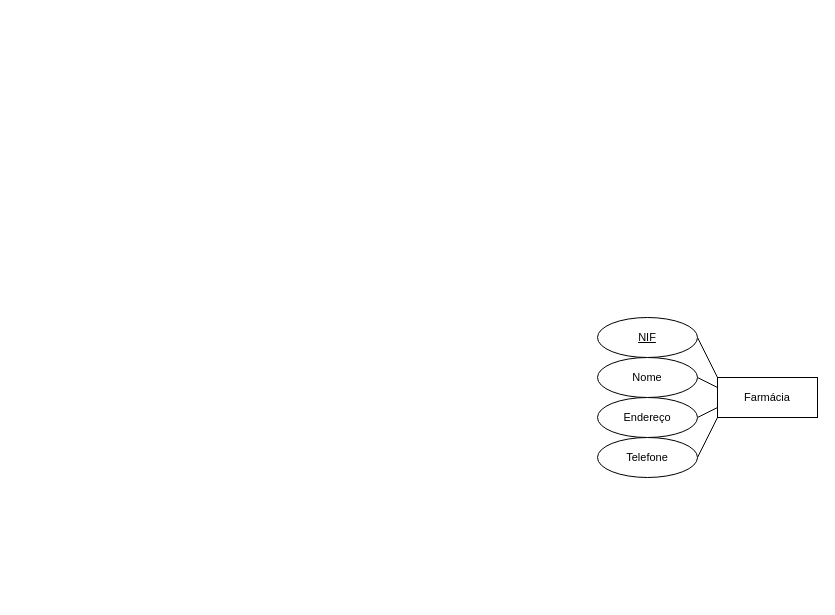
Above: page "2.2" (2 of 3) of P/P02/P2.drawio in RafaelCurado/BD-1 (draw.io), before the change. Source tidied: cells renumbered, new cells numbered last; positions are measured from the earlier drawing's top-left corner, leaving out a move shared by most shapes. Both pictures are drawn from the tidied source at 100%, with x=0, y=0 at pixel (597, 317).
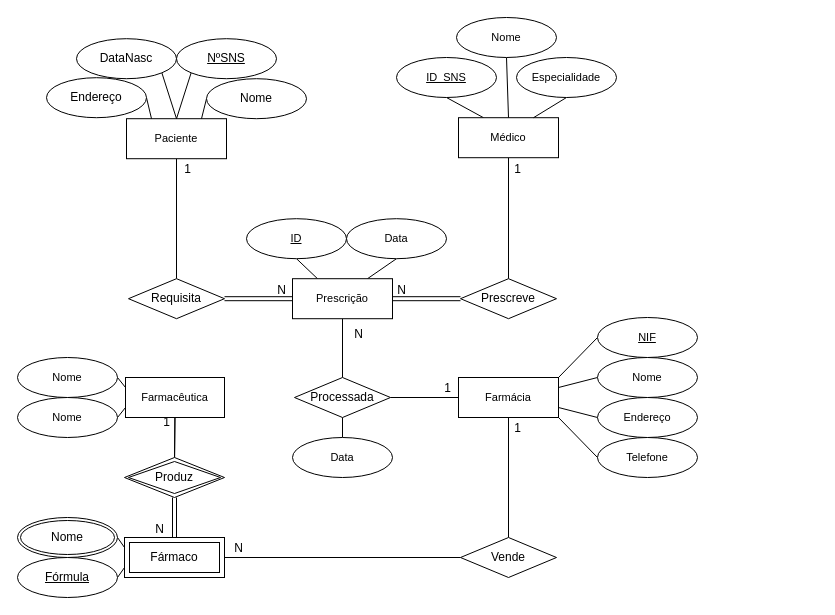
The same diagram, later.

The change refers to these unchanged cells:
```xml
<mxCell id="4" value="&lt;u&gt;NIF&lt;/u&gt;" style="ellipse;whiteSpace=wrap;html=1;align=center;fontSize=11;" parent="1" vertex="1">
  <mxGeometry width="100" height="40" as="geometry" />
</mxCell>
<mxCell id="6" value="Nome" style="ellipse;whiteSpace=wrap;html=1;align=center;fontSize=11;" parent="1" vertex="1">
  <mxGeometry y="40" width="100" height="40" as="geometry" />
</mxCell>
<mxCell id="8" value="Endereço" style="ellipse;whiteSpace=wrap;html=1;align=center;fontSize=11;" parent="1" vertex="1">
  <mxGeometry y="80" width="100" height="40" as="geometry" />
</mxCell>
<mxCell id="10" value="Telefone" style="ellipse;whiteSpace=wrap;html=1;align=center;fontSize=11;" parent="1" vertex="1">
  <mxGeometry y="120" width="100" height="40" as="geometry" />
</mxCell>
```

What changed in the source:
```diff
@@
+    <mxCell id="11" style="edgeStyle=none;rounded=0;jettySize=auto;html=1;exitX=1;exitY=0;exitDx=0;exitDy=0;entryX=0;entryY=0.5;entryDx=0;entryDy=0;fontSize=12;endArrow=none;endFill=0;" parent="1" edge="1" source="2" target="4">
+      <mxGeometry relative="1" as="geometry" />
+    </mxCell>
+    <mxCell id="12" style="edgeStyle=none;rounded=0;jettySize=auto;html=1;exitX=0.5;exitY=1;exitDx=0;exitDy=0;entryX=0.5;entryY=0;entryDx=0;entryDy=0;fontSize=12;endArrow=none;endFill=0;" parent="1" edge="1" source="2" target="70">
+      <mxGeometry relative="1" as="geometry" />
+    </mxCell>
+    <mxCell id="13" value="1" style="edgeLabel;html=1;align=center;verticalAlign=middle;fontSize=12;labelBackgroundColor=none;" parent="12" vertex="1">
+      <mxGeometry x="-0.36" y="1" relative="1" as="geometry">
+        <mxPoint x="7" y="-28" as="offset" />
+      </mxGeometry>
+    </mxCell>
     <mxCell id="2" value="Farmácia" style="whiteSpace=wrap;html=1;align=center;fontSize=11;" parent="1" vertex="1">
-      <mxGeometry x="120" y="60" width="100" height="40" as="geometry" />
+      <mxGeometry x="-139" y="60" width="100" height="40" as="geometry" />
     </mxCell>
-    <mxCell id="3" style="edgeStyle=none;rounded=0;jettySize=auto;html=1;exitX=1;exitY=0.5;exitDx=0;exitDy=0;entryX=0;entryY=0;entryDx=0;entryDy=0;fontSize=11;endArrow=none;endFill=0;" parent="1" edge="1" source="4" target="2">
-      <mxGeometry relative="1" as="geometry" />
-    </mxCell>
@@
-    <mxCell id="5" style="edgeStyle=none;rounded=0;jettySize=auto;html=1;exitX=1;exitY=0.5;exitDx=0;exitDy=0;entryX=0;entryY=0.25;entryDx=0;entryDy=0;fontSize=11;endArrow=none;endFill=0;" parent="1" edge="1" source="6" target="2">
+    <mxCell id="5" style="edgeStyle=none;rounded=0;jettySize=auto;html=1;exitX=0;exitY=0.5;exitDx=0;exitDy=0;fontSize=12;endArrow=none;endFill=0;entryX=1;entryY=0.25;entryDx=0;entryDy=0;" parent="1" edge="1" source="6" target="2">
       <mxGeometry relative="1" as="geometry" />
     </mxCell>
@@
-    <mxCell id="7" style="edgeStyle=none;rounded=0;jettySize=auto;html=1;exitX=1;exitY=0.5;exitDx=0;exitDy=0;entryX=0;entryY=0.75;entryDx=0;entryDy=0;fontSize=11;endArrow=none;endFill=0;" parent="1" edge="1" source="8" target="2">
+    <mxCell id="7" style="edgeStyle=none;rounded=0;jettySize=auto;html=1;exitX=0;exitY=0.5;exitDx=0;exitDy=0;entryX=1;entryY=0.75;entryDx=0;entryDy=0;fontSize=12;endArrow=none;endFill=0;" parent="1" edge="1" source="8" target="2">
       <mxGeometry relative="1" as="geometry" />
     </mxCell>
@@
-    <mxCell id="9" style="edgeStyle=none;rounded=0;jettySize=auto;html=1;exitX=1;exitY=0.5;exitDx=0;exitDy=0;entryX=0;entryY=1;entryDx=0;entryDy=0;fontSize=11;endArrow=none;endFill=0;" parent="1" edge="1" source="10" target="2">
+    <mxCell id="9" style="edgeStyle=none;rounded=0;jettySize=auto;html=1;exitX=0;exitY=0.5;exitDx=0;exitDy=0;entryX=1;entryY=1;entryDx=0;entryDy=0;fontSize=12;endArrow=none;endFill=0;" parent="1" edge="1" source="10" target="2">
       <mxGeometry relative="1" as="geometry" />
     </mxCell>
@@
+    <mxCell id="14" style="edgeStyle=none;rounded=0;jettySize=auto;html=1;exitX=0.5;exitY=1;exitDx=0;exitDy=0;entryX=0.5;entryY=0;entryDx=0;entryDy=0;fontSize=12;endArrow=none;endFill=0;" parent="1" edge="1" source="17" target="59">
+      <mxGeometry relative="1" as="geometry" />
+    </mxCell>
+    <mxCell id="15" value="1" style="edgeLabel;html=1;align=center;verticalAlign=middle;fontSize=12;labelBackgroundColor=none;" parent="14" vertex="1">
+      <mxGeometry x="-0.75" y="-1" relative="1" as="geometry">
+        <mxPoint x="-8" as="offset" />
+      </mxGeometry>
+    </mxCell>
+    <mxCell id="16" style="edgeStyle=none;rounded=0;jettySize=auto;html=1;fontSize=12;endArrow=none;endFill=0;" parent="1" edge="1" source="17" target="59">
+      <mxGeometry relative="1" as="geometry" />
+    </mxCell>
+    <mxCell id="17" value="Farmacêutica" style="whiteSpace=wrap;html=1;align=center;fontSize=11;" parent="1" vertex="1">
+      <mxGeometry x="-472" y="60" width="99" height="40" as="geometry" />
+    </mxCell>
+    <mxCell id="18" style="rounded=0;jettySize=auto;html=1;exitX=1;exitY=0.5;exitDx=0;exitDy=0;entryX=0;entryY=0.25;entryDx=0;entryDy=0;endArrow=none;endFill=0;" parent="1" edge="1" source="19" target="17">
+      <mxGeometry relative="1" as="geometry" />
+    </mxCell>
+    <mxCell id="19" value="Nome" style="ellipse;whiteSpace=wrap;html=1;align=center;fontSize=11;" parent="1" vertex="1">
+      <mxGeometry x="-580" y="40" width="100" height="40" as="geometry" />
+    </mxCell>
+    <mxCell id="20" style="edgeStyle=none;rounded=0;jettySize=auto;html=1;exitX=1;exitY=0.5;exitDx=0;exitDy=0;entryX=0;entryY=0.75;entryDx=0;entryDy=0;endArrow=none;endFill=0;" parent="1" edge="1" source="21" target="17">
+      <mxGeometry relative="1" as="geometry" />
+    </mxCell>
+    <mxCell id="21" value="Nome" style="ellipse;whiteSpace=wrap;html=1;align=center;fontSize=11;" parent="1" vertex="1">
+      <mxGeometry x="-580" y="80" width="100" height="40" as="geometry" />
+    </mxCell>
+    <mxCell id="22" style="edgeStyle=none;rounded=0;jettySize=auto;html=1;exitX=1;exitY=0.5;exitDx=0;exitDy=0;entryX=0;entryY=0.25;entryDx=0;entryDy=0;endArrow=none;endFill=0;" parent="1" edge="1" source="23" target="60">
+      <mxGeometry relative="1" as="geometry" />
+    </mxCell>
+    <mxCell id="23" value="Nome" style="ellipse;shape=doubleEllipse;margin=3;whiteSpace=wrap;html=1;align=center;" parent="1" vertex="1">
+      <mxGeometry x="-580" y="200" width="100" height="40" as="geometry" />
+    </mxCell>
+    <mxCell id="24" style="edgeStyle=none;rounded=0;jettySize=auto;html=1;exitX=1;exitY=0.5;exitDx=0;exitDy=0;endArrow=none;endFill=0;entryX=0;entryY=0.75;entryDx=0;entryDy=0;" parent="1" edge="1" source="25" target="60">
+      <mxGeometry relative="1" as="geometry" />
+    </mxCell>
+    <mxCell id="25" value="&lt;u&gt;Fórmula&lt;/u&gt;" style="ellipse;whiteSpace=wrap;html=1;align=center;" parent="1" vertex="1">
+      <mxGeometry x="-580" y="240" width="100" height="40" as="geometry" />
+    </mxCell>
+    <mxCell id="26" style="edgeStyle=none;rounded=0;jettySize=auto;html=1;exitX=0.5;exitY=1;exitDx=0;exitDy=0;entryX=0.5;entryY=0;entryDx=0;entryDy=0;endArrow=none;endFill=0;" parent="1" edge="1" source="28" target="53">
+      <mxGeometry relative="1" as="geometry" />
+    </mxCell>
+    <mxCell id="27" value="1" style="edgeLabel;html=1;align=center;verticalAlign=middle;labelBackgroundColor=none;fontSize=12;" parent="26" vertex="1">
+      <mxGeometry x="-0.64" y="1" relative="1" as="geometry">
+        <mxPoint x="9" y="-12" as="offset" />
+      </mxGeometry>
+    </mxCell>
+    <mxCell id="28" value="Paciente" style="whiteSpace=wrap;html=1;align=center;fontSize=11;" parent="1" vertex="1">
+      <mxGeometry x="-471" y="-198.8" width="100" height="40" as="geometry" />
+    </mxCell>
+    <mxCell id="29" style="edgeStyle=none;rounded=0;jettySize=auto;html=1;exitX=0;exitY=0.5;exitDx=0;exitDy=0;entryX=0.75;entryY=0;entryDx=0;entryDy=0;endArrow=none;endFill=0;" parent="1" edge="1" source="30" target="28">
+      <mxGeometry relative="1" as="geometry" />
+    </mxCell>
+    <mxCell id="30" value="Nome" style="ellipse;whiteSpace=wrap;html=1;align=center;" parent="1" vertex="1">
+      <mxGeometry x="-391" y="-238.8" width="100" height="40" as="geometry" />
+    </mxCell>
+    <mxCell id="31" style="edgeStyle=none;rounded=0;jettySize=auto;html=1;exitX=0;exitY=1;exitDx=0;exitDy=0;entryX=0.5;entryY=0;entryDx=0;entryDy=0;endArrow=none;endFill=0;" parent="1" edge="1" source="32" target="28">
+      <mxGeometry relative="1" as="geometry" />
+    </mxCell>
+    <mxCell id="32" value="&lt;u&gt;NºSNS&lt;/u&gt;" style="ellipse;whiteSpace=wrap;html=1;align=center;" parent="1" vertex="1">
+      <mxGeometry x="-421" y="-278.8" width="100" height="40" as="geometry" />
+    </mxCell>
+    <mxCell id="33" style="edgeStyle=none;rounded=0;jettySize=auto;html=1;exitX=1;exitY=1;exitDx=0;exitDy=0;entryX=0.5;entryY=0;entryDx=0;entryDy=0;endArrow=none;endFill=0;" parent="1" edge="1" source="34" target="28">
+      <mxGeometry relative="1" as="geometry" />
+    </mxCell>
+    <mxCell id="34" value="DataNasc" style="ellipse;whiteSpace=wrap;html=1;align=center;" parent="1" vertex="1">
+      <mxGeometry x="-521" y="-278.8" width="100" height="40" as="geometry" />
+    </mxCell>
+    <mxCell id="35" style="edgeStyle=none;rounded=0;jettySize=auto;html=1;exitX=1;exitY=0.5;exitDx=0;exitDy=0;entryX=0.25;entryY=0;entryDx=0;entryDy=0;endArrow=none;endFill=0;" parent="1" edge="1" source="36" target="28">
+      <mxGeometry relative="1" as="geometry" />
+    </mxCell>
+    <mxCell id="36" value="Endereço" style="ellipse;whiteSpace=wrap;html=1;align=center;" parent="1" vertex="1">
+      <mxGeometry x="-551" y="-239.8" width="100" height="40" as="geometry" />
+    </mxCell>
+    <mxCell id="37" style="edgeStyle=none;rounded=0;jettySize=auto;html=1;exitX=0.25;exitY=0;exitDx=0;exitDy=0;entryX=0.5;entryY=1;entryDx=0;entryDy=0;endArrow=none;endFill=0;" parent="1" edge="1" source="40" target="41">
+      <mxGeometry relative="1" as="geometry" />
+    </mxCell>
+    <mxCell id="38" style="edgeStyle=none;rounded=0;jettySize=auto;html=1;exitX=0.5;exitY=1;exitDx=0;exitDy=0;entryX=0.5;entryY=0;entryDx=0;entryDy=0;endArrow=none;endFill=0;" parent="1" edge="1" source="40" target="54">
+      <mxGeometry relative="1" as="geometry" />
+    </mxCell>
+    <mxCell id="39" value="1" style="edgeLabel;html=1;align=center;verticalAlign=middle;fontSize=12;labelBackgroundColor=none;" parent="38" vertex="1">
+      <mxGeometry x="-0.72" y="-1" relative="1" as="geometry">
+        <mxPoint x="9" y="-6" as="offset" />
+      </mxGeometry>
+    </mxCell>
+    <mxCell id="40" value="Médico" style="whiteSpace=wrap;html=1;align=center;fontSize=11;" parent="1" vertex="1">
+      <mxGeometry x="-139" y="-199.8" width="100" height="40" as="geometry" />
+    </mxCell>
+    <mxCell id="41" value="&lt;u&gt;ID_SNS&lt;/u&gt;" style="ellipse;whiteSpace=wrap;html=1;align=center;fontSize=11;" parent="1" vertex="1">
+      <mxGeometry x="-201" y="-260" width="100" height="40" as="geometry" />
+    </mxCell>
+    <mxCell id="42" style="edgeStyle=none;rounded=0;jettySize=auto;html=1;exitX=0.5;exitY=1;exitDx=0;exitDy=0;entryX=0.5;entryY=0;entryDx=0;entryDy=0;endArrow=none;endFill=0;" parent="1" edge="1" source="43" target="40">
+      <mxGeometry relative="1" as="geometry" />
+    </mxCell>
+    <mxCell id="43" value="Nome" style="ellipse;whiteSpace=wrap;html=1;align=center;fontSize=11;" parent="1" vertex="1">
+      <mxGeometry x="-141" y="-300" width="100" height="40" as="geometry" />
+    </mxCell>
+    <mxCell id="44" style="edgeStyle=none;rounded=0;jettySize=auto;html=1;exitX=0.5;exitY=1;exitDx=0;exitDy=0;entryX=0.75;entryY=0;entryDx=0;entryDy=0;endArrow=none;endFill=0;" parent="1" edge="1" source="45" target="40">
+      <mxGeometry relative="1" as="geometry" />
+    </mxCell>
+    <mxCell id="45" value="Especialidade" style="ellipse;whiteSpace=wrap;html=1;align=center;fontSize=11;" parent="1" vertex="1">
+      <mxGeometry x="-81" y="-260" width="100" height="40" as="geometry" />
+    </mxCell>
+    <mxCell id="46" style="edgeStyle=none;rounded=0;jettySize=auto;html=1;exitX=0.25;exitY=0;exitDx=0;exitDy=0;entryX=0.5;entryY=1;entryDx=0;entryDy=0;endArrow=none;endFill=0;" parent="1" edge="1" source="50" target="51">
+      <mxGeometry relative="1" as="geometry" />
+    </mxCell>
+    <mxCell id="47" style="edgeStyle=none;rounded=0;jettySize=auto;html=1;exitX=0.75;exitY=0;exitDx=0;exitDy=0;entryX=0.5;entryY=1;entryDx=0;entryDy=0;endArrow=none;endFill=0;" parent="1" edge="1" source="50" target="52">
+      <mxGeometry relative="1" as="geometry" />
+    </mxCell>
+    <mxCell id="48" style="edgeStyle=none;rounded=0;jettySize=auto;html=1;exitX=0.5;exitY=1;exitDx=0;exitDy=0;entryX=0.5;entryY=0;entryDx=0;entryDy=0;fontSize=12;endArrow=none;endFill=0;" parent="1" edge="1" source="50" target="66">
+      <mxGeometry relative="1" as="geometry" />
+    </mxCell>
+    <mxCell id="49" value="N" style="edgeLabel;html=1;align=center;verticalAlign=middle;fontSize=12;labelBackgroundColor=none;" parent="48" vertex="1">
+      <mxGeometry x="-0.5" y="1" relative="1" as="geometry">
+        <mxPoint x="14" as="offset" />
+      </mxGeometry>
+    </mxCell>
+    <mxCell id="50" value="Prescrição" style="whiteSpace=wrap;html=1;align=center;fontSize=11;" parent="1" vertex="1">
+      <mxGeometry x="-305" y="-38.8" width="100" height="40" as="geometry" />
+    </mxCell>
+    <mxCell id="51" value="&lt;u&gt;ID&lt;/u&gt;" style="ellipse;whiteSpace=wrap;html=1;align=center;fontSize=11;" parent="1" vertex="1">
+      <mxGeometry x="-351" y="-98.8" width="100" height="40" as="geometry" />
+    </mxCell>
+    <mxCell id="52" value="Data" style="ellipse;whiteSpace=wrap;html=1;align=center;fontSize=11;" parent="1" vertex="1">
+      <mxGeometry x="-251" y="-98.8" width="100" height="40" as="geometry" />
+    </mxCell>
+    <mxCell id="53" value="Requisita" style="shape=rhombus;perimeter=rhombusPerimeter;whiteSpace=wrap;html=1;align=center;" parent="1" vertex="1">
+      <mxGeometry x="-469" y="-38.8" width="96" height="40" as="geometry" />
+    </mxCell>
+    <mxCell id="54" value="Prescreve" style="shape=rhombus;perimeter=rhombusPerimeter;whiteSpace=wrap;html=1;align=center;" parent="1" vertex="1">
+      <mxGeometry x="-137" y="-38.8" width="96" height="40" as="geometry" />
+    </mxCell>
+    <mxCell id="55" style="shape=link;html=1;rounded=0;endArrow=none;endFill=0;exitX=1;exitY=0.5;exitDx=0;exitDy=0;entryX=0;entryY=0.5;entryDx=0;entryDy=0;" parent="1" edge="1" source="53" target="50">
+      <mxGeometry relative="1" as="geometry" />
+    </mxCell>
+    <mxCell id="56" value="N" style="html=1;align=right;verticalAlign=bottom;" parent="55" vertex="1">
+      <mxGeometry x="1" relative="1" as="geometry">
+        <mxPoint x="-6" as="offset" />
+      </mxGeometry>
+    </mxCell>
+    <mxCell id="57" style="shape=link;html=1;rounded=0;endArrow=none;endFill=0;exitX=0;exitY=0.5;exitDx=0;exitDy=0;entryX=1;entryY=0.5;entryDx=0;entryDy=0;" parent="1" edge="1" source="54" target="50">
+      <mxGeometry relative="1" as="geometry" />
+    </mxCell>
+    <mxCell id="58" value="N" style="html=1;align=right;verticalAlign=bottom;" parent="57" vertex="1">
+      <mxGeometry x="1" relative="1" as="geometry">
+        <mxPoint x="14" as="offset" />
+      </mxGeometry>
+    </mxCell>
+    <mxCell id="59" value="Produz" style="shape=rhombus;double=1;perimeter=rhombusPerimeter;whiteSpace=wrap;html=1;align=center;labelBackgroundColor=none;fontSize=12;" parent="1" vertex="1">
+      <mxGeometry x="-473" y="140" width="100" height="40" as="geometry" />
+    </mxCell>
+    <mxCell id="60" value="Fármaco" style="shape=ext;margin=3;double=1;whiteSpace=wrap;html=1;align=center;labelBackgroundColor=none;fontSize=12;" parent="1" vertex="1">
+      <mxGeometry x="-473" y="220" width="100" height="40" as="geometry" />
+    </mxCell>
+    <mxCell id="61" style="shape=link;html=1;rounded=0;fontSize=12;endArrow=none;endFill=0;exitX=0.5;exitY=1;exitDx=0;exitDy=0;entryX=0.5;entryY=0;entryDx=0;entryDy=0;" parent="1" edge="1" source="59" target="60">
+      <mxGeometry relative="1" as="geometry" />
+    </mxCell>
+    <mxCell id="62" value="N" style="html=1;align=right;verticalAlign=bottom;labelBackgroundColor=none;fontSize=12;" parent="61" vertex="1">
+      <mxGeometry x="1" relative="1" as="geometry">
+        <mxPoint x="-10" as="offset" />
+      </mxGeometry>
+    </mxCell>
+    <mxCell id="63" style="edgeStyle=none;rounded=0;jettySize=auto;html=1;exitX=1;exitY=0.5;exitDx=0;exitDy=0;entryX=0;entryY=0.5;entryDx=0;entryDy=0;fontSize=12;endArrow=none;endFill=0;" parent="1" edge="1" source="66" target="2">
+      <mxGeometry relative="1" as="geometry" />
+    </mxCell>
+    <mxCell id="64" value="1" style="edgeLabel;html=1;align=center;verticalAlign=middle;fontSize=12;labelBackgroundColor=none;" parent="63" vertex="1">
+      <mxGeometry x="0.46" y="-2" relative="1" as="geometry">
+        <mxPoint x="6" y="-12" as="offset" />
+      </mxGeometry>
+    </mxCell>
+    <mxCell id="65" style="edgeStyle=none;rounded=0;jettySize=auto;html=1;exitX=0.5;exitY=1;exitDx=0;exitDy=0;entryX=0.5;entryY=0;entryDx=0;entryDy=0;fontSize=12;endArrow=none;endFill=0;" parent="1" edge="1" source="66" target="67">
+      <mxGeometry relative="1" as="geometry" />
+    </mxCell>
+    <mxCell id="66" value="Processada" style="shape=rhombus;perimeter=rhombusPerimeter;whiteSpace=wrap;html=1;align=center;" parent="1" vertex="1">
+      <mxGeometry x="-303" y="60" width="96" height="40" as="geometry" />
+    </mxCell>
+    <mxCell id="67" value="Data" style="ellipse;whiteSpace=wrap;html=1;align=center;fontSize=11;" parent="1" vertex="1">
+      <mxGeometry x="-305" y="120" width="100" height="40" as="geometry" />
+    </mxCell>
+    <mxCell id="68" style="edgeStyle=none;rounded=0;jettySize=auto;html=1;exitX=0;exitY=0.5;exitDx=0;exitDy=0;entryX=1;entryY=0.5;entryDx=0;entryDy=0;fontSize=12;endArrow=none;endFill=0;" parent="1" edge="1" source="70" target="60">
+      <mxGeometry relative="1" as="geometry" />
+    </mxCell>
+    <mxCell id="69" value="N" style="edgeLabel;html=1;align=center;verticalAlign=middle;fontSize=12;labelBackgroundColor=none;" parent="68" vertex="1">
+      <mxGeometry x="0.76" y="-1" relative="1" as="geometry">
+        <mxPoint x="-15" y="-9" as="offset" />
+      </mxGeometry>
+    </mxCell>
+    <mxCell id="70" value="Vende" style="shape=rhombus;perimeter=rhombusPerimeter;whiteSpace=wrap;html=1;align=center;" parent="1" vertex="1">
+      <mxGeometry x="-137" y="220" width="96" height="40" as="geometry" />
+    </mxCell>
```
